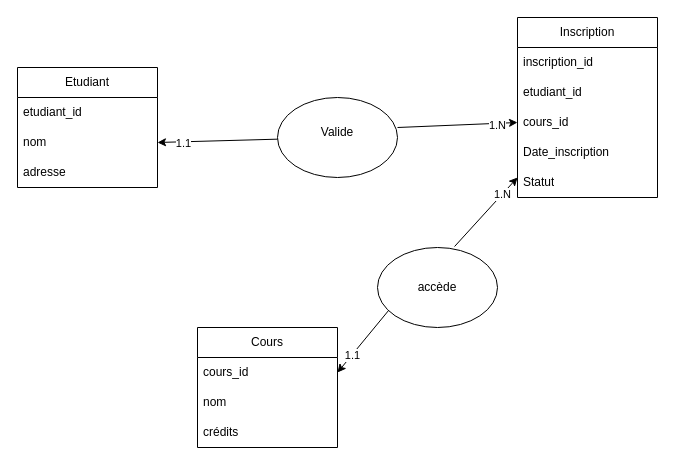
The draw.io diagram Modèle de données.drawio in claude-bernard-badjagou/Draw.io, before the edit. Source tidied: cells renumbered, new cells numbered last; positions are measured from the earlier drawing's top-left corner, leaving out a move shared by most shapes. Both pictures are drawn from the tidied source at 100%, with x=0, y=0 at pixel (17, 17).
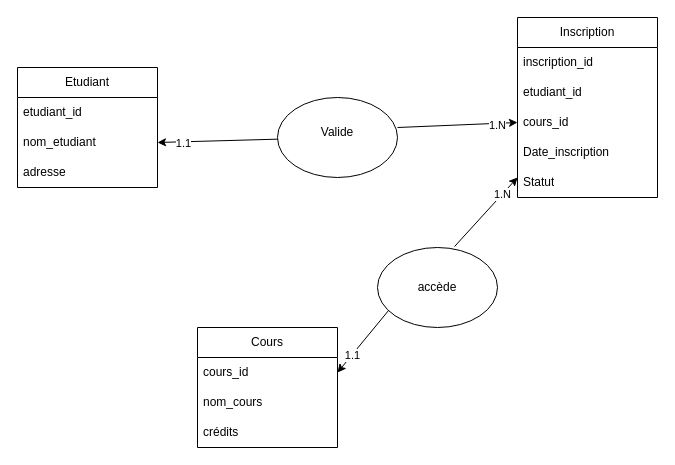
After the change.

Commit message:
Mettre à jour Modèle de données.drawio

Unchanged cells that the change refers to:
```xml
<mxCell id="2" value="Etudiant" style="swimlane;fontStyle=0;horizontal=1;startSize=30;whiteSpace=wrap;html=1;" parent="1" vertex="1">
  <mxGeometry y="50" width="140" height="120" as="geometry" />
</mxCell>
<mxCell id="12" value="Cours" style="swimlane;fontStyle=0;horizontal=1;startSize=30;whiteSpace=wrap;html=1;" parent="1" vertex="1">
  <mxGeometry x="180" y="310" width="140" height="120" as="geometry" />
</mxCell>
```

The edit, as a diff of the source:
```diff
@@
-    <mxCell id="4" value="nom" style="text;strokeColor=none;fillColor=none;align=left;verticalAlign=middle;spacingLeft=4;spacingRight=4;overflow=hidden;points=[[0,0.5],[1,0.5]];portConstraint=eastwest;whiteSpace=wrap;html=1;" parent="2" vertex="1">
+    <mxCell id="4" value="nom_etudiant" style="text;strokeColor=none;fillColor=none;align=left;verticalAlign=middle;spacingLeft=4;spacingRight=4;overflow=hidden;points=[[0,0.5],[1,0.5]];portConstraint=eastwest;whiteSpace=wrap;html=1;" parent="2" vertex="1">
       <mxGeometry y="60" width="140" height="30" as="geometry" />
     </mxCell>
@@
-    <mxCell id="14" value="nom" style="text;strokeColor=none;fillColor=none;align=left;verticalAlign=middle;spacingLeft=4;spacingRight=4;overflow=hidden;whiteSpace=wrap;html=1;" parent="12" vertex="1">
+    <mxCell id="14" value="nom_cours" style="text;strokeColor=none;fillColor=none;align=left;verticalAlign=middle;spacingLeft=4;spacingRight=4;overflow=hidden;whiteSpace=wrap;html=1;" parent="12" vertex="1">
       <mxGeometry y="60" width="140" height="30" as="geometry" />
     </mxCell>
```
